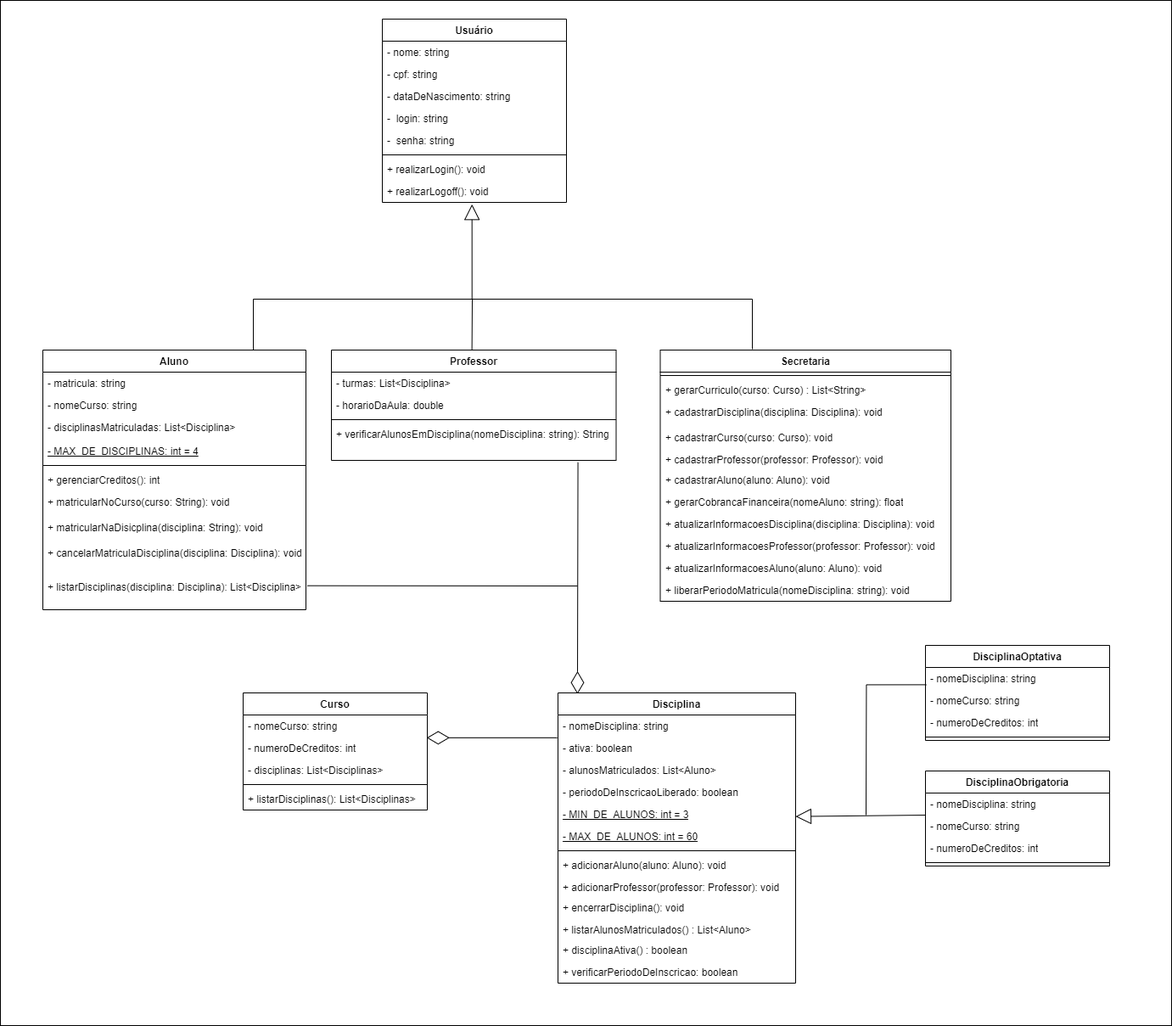
Before: projeto/sprint2-sistemaDeMatricula-diagramaUML.png, a diagram exported from draw.io (lauramelo28/Sistema-de-matriculas-grupo1). Source tidied: cells renumbered, new cells last; positions are measured from the earlier drawing's top-left corner, leaving out a move shared by most shapes.
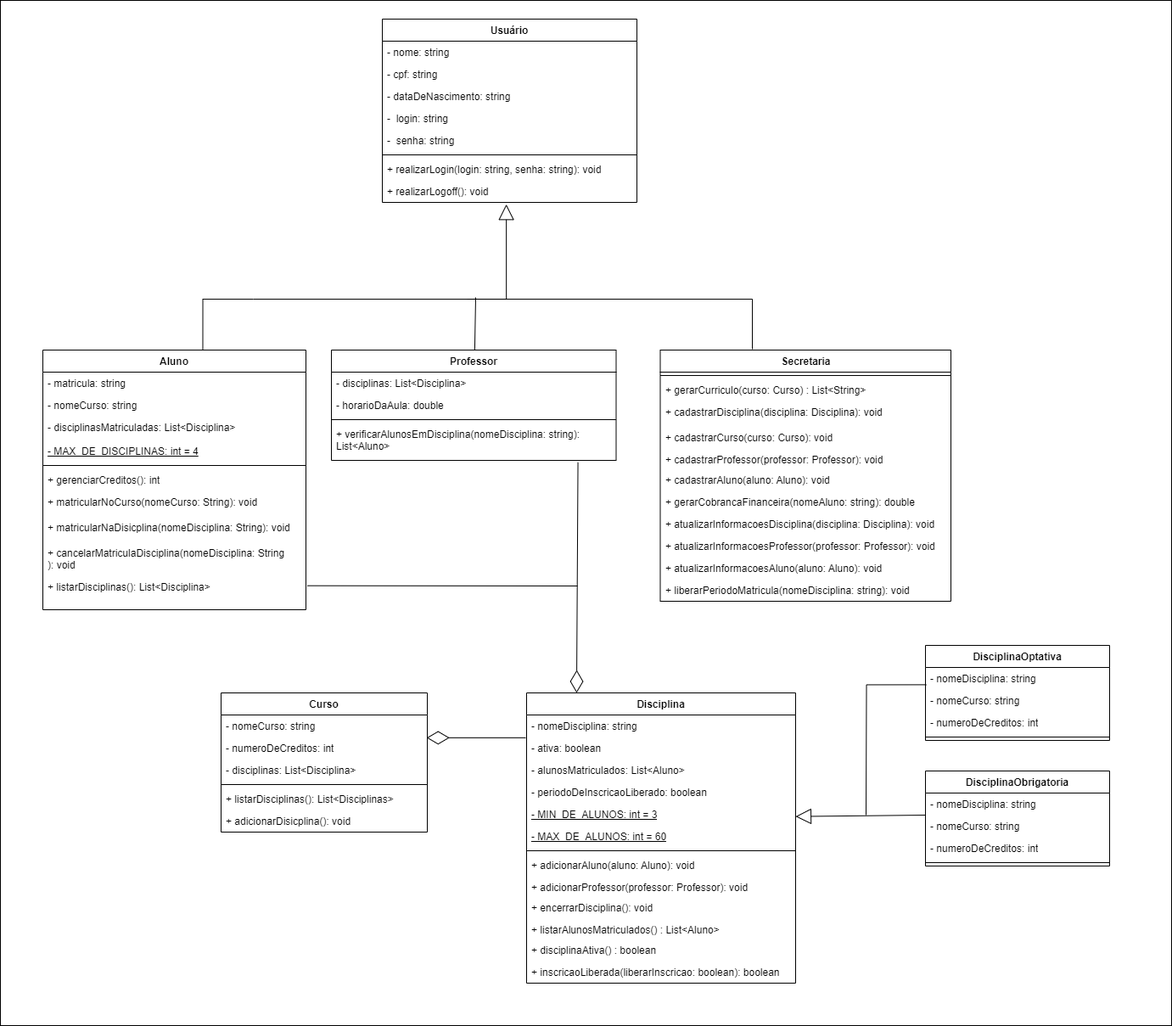
Later version of the same file.

The edit, as a diff of the source:
```diff
@@ -26,22 +26,22 @@
     <mxCell id="9" value="+ gerenciarCreditos(): int" style="text;strokeColor=none;fillColor=none;align=left;verticalAlign=top;spacingLeft=4;spacingRight=4;overflow=hidden;whiteSpace=wrap;html=1;" parent="3" vertex="1">
       <mxGeometry y="140" width="310" height="26" as="geometry" />
     </mxCell>
-    <mxCell id="10" value="+ matricularNoCurso(curso: String): void" style="text;strokeColor=none;fillColor=none;align=left;verticalAlign=top;spacingLeft=4;spacingRight=4;overflow=hidden;whiteSpace=wrap;html=1;" parent="3" vertex="1">
+    <mxCell id="10" value="+ matricularNoCurso(nomeCurso: String): void" style="text;strokeColor=none;fillColor=none;align=left;verticalAlign=top;spacingLeft=4;spacingRight=4;overflow=hidden;whiteSpace=wrap;html=1;" parent="3" vertex="1">
       <mxGeometry y="166" width="310" height="30" as="geometry" />
     </mxCell>
-    <mxCell id="11" value="+ matricularNaDisicplina(disciplina: String): void" style="text;strokeColor=none;fillColor=none;align=left;verticalAlign=top;spacingLeft=4;spacingRight=4;overflow=hidden;whiteSpace=wrap;html=1;" parent="3" vertex="1">
+    <mxCell id="11" value="+ matricularNaDisicplina(nomeDisciplina: String): void" style="text;strokeColor=none;fillColor=none;align=left;verticalAlign=top;spacingLeft=4;spacingRight=4;overflow=hidden;whiteSpace=wrap;html=1;" parent="3" vertex="1">
       <mxGeometry y="196" width="310" height="30" as="geometry" />
     </mxCell>
-    <mxCell id="12" value="+ cancelarMatriculaDisciplina(disciplina: Disciplina): void" style="text;strokeColor=none;fillColor=none;align=left;verticalAlign=top;spacingLeft=4;spacingRight=4;overflow=hidden;whiteSpace=wrap;html=1;" parent="3" vertex="1">
+    <mxCell id="12" value="+ cancelarMatriculaDisciplina(nomeDisciplina: String&lt;br&gt;): void" style="text;strokeColor=none;fillColor=none;align=left;verticalAlign=top;spacingLeft=4;spacingRight=4;overflow=hidden;whiteSpace=wrap;html=1;" parent="3" vertex="1">
       <mxGeometry y="226" width="310" height="40" as="geometry" />
     </mxCell>
-    <mxCell id="13" value="+ listarDisciplinas(disciplina: Disciplina): List&amp;lt;Disciplina&amp;gt;" style="text;strokeColor=none;fillColor=none;align=left;verticalAlign=top;spacingLeft=4;spacingRight=4;overflow=hidden;points=[[0,0.5],[1,0.5]];portConstraint=eastwest;whiteSpace=wrap;html=1;" parent="3" vertex="1">
+    <mxCell id="13" value="+ listarDisciplinas(): List&amp;lt;Disciplina&amp;gt;" style="text;strokeColor=none;fillColor=none;align=left;verticalAlign=top;spacingLeft=4;spacingRight=4;overflow=hidden;points=[[0,0.5],[1,0.5]];portConstraint=eastwest;whiteSpace=wrap;html=1;" parent="3" vertex="1">
       <mxGeometry y="266" width="310" height="40" as="geometry" />
     </mxCell>
     <mxCell id="14" value="Professor" style="swimlane;fontStyle=1;align=center;verticalAlign=top;horizontal=1;startSize=26;whiteSpace=wrap;html=1;" parent="1" vertex="1">
       <mxGeometry x="390" y="412" width="335.5" height="130" as="geometry" />
     </mxCell>
-    <mxCell id="15" value="- turmas: List&amp;lt;Disciplina&amp;gt;" style="text;strokeColor=none;fillColor=none;align=left;verticalAlign=top;spacingLeft=4;spacingRight=4;overflow=hidden;whiteSpace=wrap;html=1;" parent="14" vertex="1">
+    <mxCell id="15" value="- disciplinas: List&amp;lt;Disciplina&amp;gt;" style="text;strokeColor=none;fillColor=none;align=left;verticalAlign=top;spacingLeft=4;spacingRight=4;overflow=hidden;whiteSpace=wrap;html=1;" parent="14" vertex="1">
       <mxGeometry y="26" width="335.5" height="26" as="geometry" />
     </mxCell>
     <mxCell id="16" value="- horarioDaAula: double" style="text;strokeColor=none;fillColor=none;align=left;verticalAlign=top;spacingLeft=4;spacingRight=4;overflow=hidden;whiteSpace=wrap;html=1;" parent="14" vertex="1">
@@ -50,7 +50,7 @@
     <mxCell id="17" style="line;strokeWidth=1;fillColor=none;align=left;verticalAlign=middle;spacingTop=-1;spacingLeft=3;spacingRight=3;labelPosition=right;strokeColor=inherit;" parent="14" vertex="1">
       <mxGeometry y="78" width="335.5" height="8" as="geometry" />
     </mxCell>
-    <mxCell id="18" value="+ verificarAlunosEmDisciplina(nomeDisciplina: string): String" style="text;strokeColor=none;fillColor=none;align=left;verticalAlign=top;spacingLeft=4;spacingRight=4;overflow=hidden;points=[[0,0.5],[1,0.5]];portConstraint=eastwest;whiteSpace=wrap;html=1;" parent="14" vertex="1">
+    <mxCell id="18" value="+ verificarAlunosEmDisciplina(nomeDisciplina: string): List&amp;lt;Aluno&amp;gt;" style="text;strokeColor=none;fillColor=none;align=left;verticalAlign=top;spacingLeft=4;spacingRight=4;overflow=hidden;points=[[0,0.5],[1,0.5]];portConstraint=eastwest;whiteSpace=wrap;html=1;" parent="14" vertex="1">
       <mxGeometry y="86" width="335.5" height="44" as="geometry" />
     </mxCell>
     <mxCell id="19" value="Secretaria" style="swimlane;fontStyle=1;align=center;verticalAlign=top;horizontal=1;startSize=26;whiteSpace=wrap;html=1;" parent="1" vertex="1">
@@ -74,7 +74,7 @@
     <mxCell id="25" value="+ cadastrarAluno(aluno: Aluno): void" style="text;strokeColor=none;fillColor=none;align=left;verticalAlign=top;spacingLeft=4;spacingRight=4;overflow=hidden;whiteSpace=wrap;html=1;" parent="19" vertex="1">
       <mxGeometry y="140" width="342.5" height="26" as="geometry" />
     </mxCell>
-    <mxCell id="26" value="+ gerarCobrancaFinanceira(nomeAluno: string): float" style="text;strokeColor=none;fillColor=none;align=left;verticalAlign=top;spacingLeft=4;spacingRight=4;overflow=hidden;whiteSpace=wrap;html=1;" parent="19" vertex="1">
+    <mxCell id="26" value="+ gerarCobrancaFinanceira(nomeAluno: string): double" style="text;strokeColor=none;fillColor=none;align=left;verticalAlign=top;spacingLeft=4;spacingRight=4;overflow=hidden;whiteSpace=wrap;html=1;" parent="19" vertex="1">
       <mxGeometry y="166" width="342.5" height="26" as="geometry" />
     </mxCell>
     <mxCell id="27" value="+ atualizarInformacoesDisciplina(disciplina: Disciplina): void" style="text;strokeColor=none;fillColor=none;align=left;verticalAlign=top;spacingLeft=4;spacingRight=4;overflow=hidden;whiteSpace=wrap;html=1;" parent="19" vertex="1">
@@ -90,31 +90,31 @@
       <mxGeometry y="270" width="342.5" height="26" as="geometry" />
     </mxCell>
     <mxCell id="31" value="Usuário" style="swimlane;fontStyle=1;align=center;verticalAlign=top;horizontal=1;startSize=26;whiteSpace=wrap;html=1;" parent="1" vertex="1">
-      <mxGeometry x="450" y="22" width="217" height="216" as="geometry" />
+      <mxGeometry x="450" y="22" width="300" height="216" as="geometry" />
     </mxCell>
     <mxCell id="32" value="- nome: string" style="text;strokeColor=none;fillColor=none;align=left;verticalAlign=top;spacingLeft=4;spacingRight=4;overflow=hidden;whiteSpace=wrap;html=1;" parent="31" vertex="1">
-      <mxGeometry y="26" width="217" height="26" as="geometry" />
+      <mxGeometry y="26" width="300" height="26" as="geometry" />
     </mxCell>
     <mxCell id="33" value="- cpf: string" style="text;strokeColor=none;fillColor=none;align=left;verticalAlign=top;spacingLeft=4;spacingRight=4;overflow=hidden;whiteSpace=wrap;html=1;" parent="31" vertex="1">
-      <mxGeometry y="52" width="217" height="26" as="geometry" />
+      <mxGeometry y="52" width="300" height="26" as="geometry" />
     </mxCell>
     <mxCell id="34" value="- dataDeNascimento: string" style="text;strokeColor=none;fillColor=none;align=left;verticalAlign=top;spacingLeft=4;spacingRight=4;overflow=hidden;whiteSpace=wrap;html=1;" parent="31" vertex="1">
-      <mxGeometry y="78" width="217" height="26" as="geometry" />
+      <mxGeometry y="78" width="300" height="26" as="geometry" />
     </mxCell>
     <mxCell id="35" value="-&amp;nbsp; login: string" style="text;strokeColor=none;fillColor=none;align=left;verticalAlign=top;spacingLeft=4;spacingRight=4;overflow=hidden;whiteSpace=wrap;html=1;" parent="31" vertex="1">
-      <mxGeometry y="104" width="217" height="26" as="geometry" />
+      <mxGeometry y="104" width="300" height="26" as="geometry" />
     </mxCell>
     <mxCell id="36" value="-&amp;nbsp; senha: string" style="text;strokeColor=none;fillColor=none;align=left;verticalAlign=top;spacingLeft=4;spacingRight=4;overflow=hidden;whiteSpace=wrap;html=1;" parent="31" vertex="1">
-      <mxGeometry y="130" width="217" height="26" as="geometry" />
+      <mxGeometry y="130" width="300" height="26" as="geometry" />
     </mxCell>
     <mxCell id="37" style="line;strokeWidth=1;fillColor=none;align=left;verticalAlign=middle;spacingTop=-1;spacingLeft=3;spacingRight=3;labelPosition=right;strokeColor=inherit;" parent="31" vertex="1">
-      <mxGeometry y="156" width="217" height="8" as="geometry" />
+      <mxGeometry y="156" width="300" height="8" as="geometry" />
     </mxCell>
-    <mxCell id="38" value="+ realizarLogin(): void" style="text;strokeColor=none;fillColor=none;align=left;verticalAlign=top;spacingLeft=4;spacingRight=4;overflow=hidden;whiteSpace=wrap;html=1;" parent="31" vertex="1">
-      <mxGeometry y="164" width="217" height="26" as="geometry" />
+    <mxCell id="38" value="+ realizarLogin(login: string, senha: string): void" style="text;strokeColor=none;fillColor=none;align=left;verticalAlign=top;spacingLeft=4;spacingRight=4;overflow=hidden;whiteSpace=wrap;html=1;" parent="31" vertex="1">
+      <mxGeometry y="164" width="300" height="26" as="geometry" />
     </mxCell>
     <mxCell id="39" value="+ realizarLogoff(): void" style="text;strokeColor=none;fillColor=none;align=left;verticalAlign=top;spacingLeft=4;spacingRight=4;overflow=hidden;points=[[0,0.5],[1,0.5]];portConstraint=eastwest;whiteSpace=wrap;html=1;" parent="31" vertex="1">
-      <mxGeometry y="190" width="217" height="26" as="geometry" />
+      <mxGeometry y="190" width="300" height="26" as="geometry" />
     </mxCell>
     <mxCell id="40" style="endArrow=block;endSize=16;endFill=0;html=1;rounded=0;exitX=0.608;exitY=0;exitDx=0;exitDy=0;edgeStyle=orthogonalEdgeStyle;entryX=0.487;entryY=1.086;entryDx=0;entryDy=0;entryPerimeter=0;exitPerimeter=0;" parent="1" edge="1" source="3" target="39">
       <mxGeometry relative="1" as="geometry">
@@ -133,71 +133,68 @@
         </Array>
       </mxGeometry>
     </mxCell>
-    <mxCell id="42" style="endArrow=none;html=1;rounded=0;exitX=0.542;exitY=0.001;exitDx=0;exitDy=0;exitPerimeter=0;" parent="1" edge="1">
-      <mxGeometry relative="1" as="geometry">
-        <mxPoint x="555.6" y="412.2" as="sourcePoint" />
-        <mxPoint x="556" y="352" as="targetPoint" />
-      </mxGeometry>
-    </mxCell>
     <mxCell id="43" value="Curso" style="swimlane;fontStyle=1;align=center;verticalAlign=top;horizontal=1;startSize=26;whiteSpace=wrap;html=1;" parent="1" vertex="1">
-      <mxGeometry x="286" y="816" width="217" height="138" as="geometry" />
+      <mxGeometry x="260" y="816" width="243" height="164" as="geometry" />
     </mxCell>
     <mxCell id="44" value="- nomeCurso: string" style="text;strokeColor=none;fillColor=none;align=left;verticalAlign=top;spacingLeft=4;spacingRight=4;overflow=hidden;whiteSpace=wrap;html=1;" parent="43" vertex="1">
-      <mxGeometry y="26" width="217" height="26" as="geometry" />
+      <mxGeometry y="26" width="243" height="26" as="geometry" />
     </mxCell>
     <mxCell id="45" value="- numeroDeCreditos: int" style="text;strokeColor=none;fillColor=none;align=left;verticalAlign=top;spacingLeft=4;spacingRight=4;overflow=hidden;points=[[0,0.5],[1,0.5]];portConstraint=eastwest;whiteSpace=wrap;html=1;" parent="43" vertex="1">
-      <mxGeometry y="52" width="217" height="26" as="geometry" />
+      <mxGeometry y="52" width="243" height="26" as="geometry" />
     </mxCell>
-    <mxCell id="46" value="- disciplinas: List&amp;lt;Disciplinas&amp;gt;" style="text;strokeColor=none;fillColor=none;align=left;verticalAlign=top;spacingLeft=4;spacingRight=4;overflow=hidden;whiteSpace=wrap;html=1;" parent="43" vertex="1">
-      <mxGeometry y="78" width="217" height="26" as="geometry" />
+    <mxCell id="46" value="- disciplinas: List&amp;lt;Disciplina&amp;gt;" style="text;strokeColor=none;fillColor=none;align=left;verticalAlign=top;spacingLeft=4;spacingRight=4;overflow=hidden;whiteSpace=wrap;html=1;" parent="43" vertex="1">
+      <mxGeometry y="78" width="243" height="26" as="geometry" />
     </mxCell>
     <mxCell id="47" style="line;strokeWidth=1;fillColor=none;align=left;verticalAlign=middle;spacingTop=-1;spacingLeft=3;spacingRight=3;labelPosition=right;strokeColor=inherit;" parent="43" vertex="1">
-      <mxGeometry y="104" width="217" height="8" as="geometry" />
+      <mxGeometry y="104" width="243" height="8" as="geometry" />
     </mxCell>
     <mxCell id="48" value="+ listarDisciplinas(): List&amp;lt;Disciplinas&amp;gt;" style="text;strokeColor=none;fillColor=none;align=left;verticalAlign=top;spacingLeft=4;spacingRight=4;overflow=hidden;whiteSpace=wrap;html=1;" parent="43" vertex="1">
-      <mxGeometry y="112" width="217" height="26" as="geometry" />
+      <mxGeometry y="112" width="243" height="26" as="geometry" />
     </mxCell>
+    <mxCell id="79" value="+ adicionarDisicplina(): void" style="text;strokeColor=none;fillColor=none;align=left;verticalAlign=top;spacingLeft=4;spacingRight=4;overflow=hidden;whiteSpace=wrap;html=1;" parent="43" vertex="1">
+      <mxGeometry y="138" width="243" height="26" as="geometry" />
+    </mxCell>
     <mxCell id="49" value="Disciplina" style="swimlane;fontStyle=1;align=center;verticalAlign=top;horizontal=1;startSize=26;whiteSpace=wrap;html=1;" parent="1" vertex="1">
-      <mxGeometry x="657" y="816" width="280" height="342" as="geometry" />
+      <mxGeometry x="620" y="816" width="317" height="342" as="geometry" />
     </mxCell>
     <mxCell id="50" value="- nomeDisciplina: string" style="text;strokeColor=none;fillColor=none;align=left;verticalAlign=top;spacingLeft=4;spacingRight=4;overflow=hidden;points=[[0,0.5],[1,0.5]];portConstraint=eastwest;whiteSpace=wrap;html=1;" parent="49" vertex="1">
-      <mxGeometry y="26" width="280" height="26" as="geometry" />
+      <mxGeometry y="26" width="317" height="26" as="geometry" />
     </mxCell>
     <mxCell id="51" value="- ativa: boolean" style="text;strokeColor=none;fillColor=none;align=left;verticalAlign=top;spacingLeft=4;spacingRight=4;overflow=hidden;whiteSpace=wrap;html=1;" parent="49" vertex="1">
-      <mxGeometry y="52" width="280" height="26" as="geometry" />
+      <mxGeometry y="52" width="317" height="26" as="geometry" />
     </mxCell>
     <mxCell id="52" value="- alunosMatriculados: List&amp;lt;Aluno&amp;gt;" style="text;strokeColor=none;fillColor=none;align=left;verticalAlign=top;spacingLeft=4;spacingRight=4;overflow=hidden;whiteSpace=wrap;html=1;" parent="49" vertex="1">
-      <mxGeometry y="78" width="280" height="26" as="geometry" />
+      <mxGeometry y="78" width="317" height="26" as="geometry" />
     </mxCell>
     <mxCell id="53" value="- periodoDeInscricaoLiberado: boolean" style="text;strokeColor=none;fillColor=none;align=left;verticalAlign=top;spacingLeft=4;spacingRight=4;overflow=hidden;whiteSpace=wrap;html=1;" parent="49" vertex="1">
-      <mxGeometry y="104" width="280" height="26" as="geometry" />
+      <mxGeometry y="104" width="317" height="26" as="geometry" />
     </mxCell>
     <mxCell id="54" value="&lt;u&gt;- MIN_DE_ALUNOS: int = 3&lt;/u&gt;" style="text;strokeColor=none;fillColor=none;align=left;verticalAlign=top;spacingLeft=4;spacingRight=4;overflow=hidden;whiteSpace=wrap;html=1;" parent="49" vertex="1">
-      <mxGeometry y="130" width="280" height="26" as="geometry" />
+      <mxGeometry y="130" width="317" height="26" as="geometry" />
     </mxCell>
     <mxCell id="55" value="&lt;u&gt;- MAX_DE_ALUNOS: int = 60&lt;/u&gt;" style="text;strokeColor=none;fillColor=none;align=left;verticalAlign=top;spacingLeft=4;spacingRight=4;overflow=hidden;whiteSpace=wrap;html=1;" parent="49" vertex="1">
-      <mxGeometry y="156" width="280" height="26" as="geometry" />
+      <mxGeometry y="156" width="317" height="26" as="geometry" />
     </mxCell>
     <mxCell id="56" style="line;strokeWidth=1;fillColor=none;align=left;verticalAlign=middle;spacingTop=-1;spacingLeft=3;spacingRight=3;labelPosition=right;strokeColor=inherit;" parent="49" vertex="1">
-      <mxGeometry y="182" width="280" height="8" as="geometry" />
+      <mxGeometry y="182" width="317" height="8" as="geometry" />
     </mxCell>
     <mxCell id="57" value="+ adicionarAluno(aluno: Aluno): void" style="text;strokeColor=none;fillColor=none;align=left;verticalAlign=top;spacingLeft=4;spacingRight=4;overflow=hidden;whiteSpace=wrap;html=1;" parent="49" vertex="1">
-      <mxGeometry y="190" width="280" height="26" as="geometry" />
+      <mxGeometry y="190" width="317" height="26" as="geometry" />
     </mxCell>
     <mxCell id="58" value="+ adicionarProfessor(professor: Professor): void" style="text;strokeColor=none;fillColor=none;align=left;verticalAlign=top;spacingLeft=4;spacingRight=4;overflow=hidden;whiteSpace=wrap;html=1;" parent="49" vertex="1">
-      <mxGeometry y="216" width="280" height="24" as="geometry" />
+      <mxGeometry y="216" width="317" height="24" as="geometry" />
     </mxCell>
     <mxCell id="59" value="+ encerrarDisciplina(): void" style="text;strokeColor=none;fillColor=none;align=left;verticalAlign=top;spacingLeft=4;spacingRight=4;overflow=hidden;whiteSpace=wrap;html=1;" parent="49" vertex="1">
-      <mxGeometry y="240" width="280" height="26" as="geometry" />
+      <mxGeometry y="240" width="317" height="26" as="geometry" />
     </mxCell>
     <mxCell id="60" value="+ listarAlunosMatriculados() : List&amp;lt;Aluno&amp;gt;" style="text;strokeColor=none;fillColor=none;align=left;verticalAlign=top;spacingLeft=4;spacingRight=4;overflow=hidden;whiteSpace=wrap;html=1;" parent="49" vertex="1">
-      <mxGeometry y="266" width="280" height="24" as="geometry" />
+      <mxGeometry y="266" width="317" height="24" as="geometry" />
     </mxCell>
     <mxCell id="61" value="+ disciplinaAtiva() : boolean" style="text;strokeColor=none;fillColor=none;align=left;verticalAlign=top;spacingLeft=4;spacingRight=4;overflow=hidden;whiteSpace=wrap;html=1;" parent="49" vertex="1">
-      <mxGeometry y="290" width="280" height="26" as="geometry" />
+      <mxGeometry y="290" width="317" height="26" as="geometry" />
     </mxCell>
-    <mxCell id="62" value="+ verificarPeriodoDeInscricao: boolean" style="text;strokeColor=none;fillColor=none;align=left;verticalAlign=top;spacingLeft=4;spacingRight=4;overflow=hidden;whiteSpace=wrap;html=1;" parent="49" vertex="1">
-      <mxGeometry y="316" width="280" height="26" as="geometry" />
+    <mxCell id="62" value="+ inscricaoLiberada(liberarInscricao: boolean): boolean" style="text;strokeColor=none;fillColor=none;align=left;verticalAlign=top;spacingLeft=4;spacingRight=4;overflow=hidden;whiteSpace=wrap;html=1;" parent="49" vertex="1">
+      <mxGeometry y="316" width="317" height="26" as="geometry" />
     </mxCell>
     <mxCell id="63" value="DisciplinaObrigatoria" style="swimlane;fontStyle=1;align=center;verticalAlign=top;horizontal=1;startSize=26;whiteSpace=wrap;html=1;" parent="1" vertex="1">
       <mxGeometry x="1090" y="908" width="217" height="112" as="geometry" />
@@ -237,7 +234,7 @@
         <mxPoint x="1020" y="960" as="sourcePoint" />
       </mxGeometry>
     </mxCell>
-    <mxCell id="75" style="endArrow=diamondThin;endFill=0;endSize=24;html=1;rounded=0;exitX=0.866;exitY=1.053;exitDx=0;exitDy=0;exitPerimeter=0;entryX=0.082;entryY=0.004;entryDx=0;entryDy=0;entryPerimeter=0;" parent="1" edge="1" source="18" target="49">
+    <mxCell id="75" style="endArrow=diamondThin;endFill=0;endSize=24;html=1;rounded=0;exitX=0.866;exitY=1.053;exitDx=0;exitDy=0;exitPerimeter=0;entryX=0.186;entryY=0;entryDx=0;entryDy=0;entryPerimeter=0;" parent="1" edge="1" source="18" target="49">
       <mxGeometry relative="1" as="geometry" />
     </mxCell>
     <mxCell id="76" style="endArrow=none;html=1;rounded=0;exitX=1.005;exitY=0.292;exitDx=0;exitDy=0;exitPerimeter=0;" parent="1" edge="1" source="13">
@@ -254,5 +251,10 @@
     <mxCell id="78" value="&lt;br&gt;" style="text;strokeColor=none;align=center;fillColor=none;html=1;verticalAlign=middle;whiteSpace=wrap;rounded=0;" parent="1" vertex="1">
       <mxGeometry x="1020" y="740" width="60" height="30" as="geometry" />
     </mxCell>
+    <mxCell id="80" style="endArrow=none;html=1;rounded=0;" parent="1" edge="1" source="14">
+      <mxGeometry relative="1" as="geometry">
+        <mxPoint x="560" y="350" as="targetPoint" />
+      </mxGeometry>
+    </mxCell>
   </root>
 </mxGraphModel>
```
